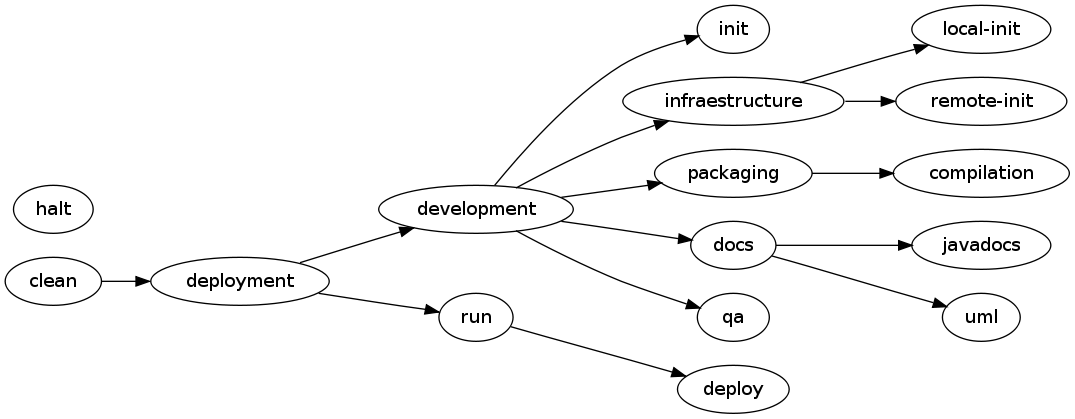
Before: docs/vizant/build.png, a diagram exported from Graphviz (jabrena/liverobots). Its source is kept beside it as docs/vizant/build.dot.
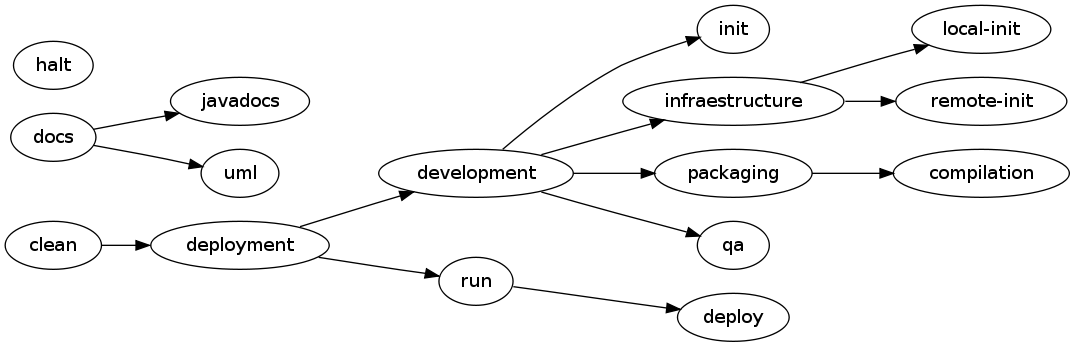
After the commit.

The edit, as a diff of the source:
```diff
@@ -5,7 +5,6 @@
     "development" -> "init";
     "development" -> "infraestructure";
     "development" -> "packaging";
-    "development" -> "docs";
     "development" -> "qa";
     "infraestructure";
     "infraestructure" -> "local-init";
```
